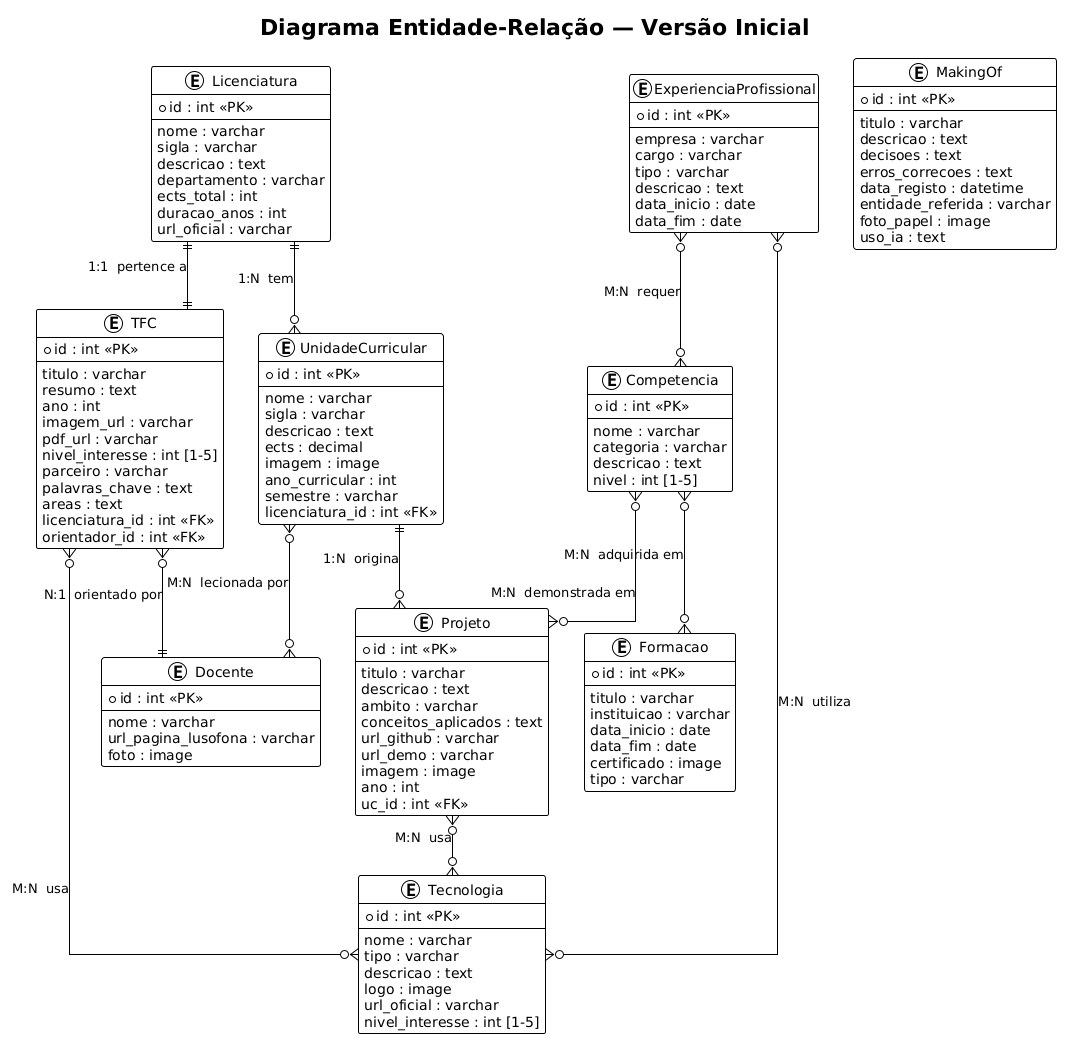
Earlier version of the PlantUML export media/making_of/Diagrama Inicial PlantUML.png (duarteverissimo-lusofona/FICHA6). Source of this version:
```plantuml
@startuml
!theme plain
skinparam roundcorner 5
skinparam shadowing false
skinparam linetype ortho

title Diagrama Entidade-Relação — Versão Inicial

entity "Licenciatura" as L {
  * id : int <<PK>>
  --
  nome : varchar
  sigla : varchar
  descricao : text
  departamento : varchar
  ects_total : int
  duracao_anos : int
  url_oficial : varchar
}

entity "Docente" as D {
  * id : int <<PK>>
  --
  nome : varchar
  url_pagina_lusofona : varchar
  foto : image
}

entity "UnidadeCurricular" as UC {
  * id : int <<PK>>
  --
  nome : varchar
  sigla : varchar
  descricao : text
  ects : decimal
  imagem : image
  ano_curricular : int
  semestre : varchar
  licenciatura_id : int <<FK>>
}

entity "Tecnologia" as T {
  * id : int <<PK>>
  --
  nome : varchar
  tipo : varchar
  descricao : text
  logo : image
  url_oficial : varchar
  nivel_interesse : int [1-5]
}

entity "Projeto" as P {
  * id : int <<PK>>
  --
  titulo : varchar
  descricao : text
  ambito : varchar
  conceitos_aplicados : text
  url_github : varchar
  url_demo : varchar
  imagem : image
  ano : int
  uc_id : int <<FK>>
}

entity "TFC" as TFC {
  * id : int <<PK>>
  --
  titulo : varchar
  resumo : text
  ano : int
  imagem_url : varchar
  pdf_url : varchar
  nivel_interesse : int [1-5]
  parceiro : varchar
  palavras_chave : text
  areas : text
  licenciatura_id : int <<FK>>
  orientador_id : int <<FK>>
}

entity "Competencia" as C {
  * id : int <<PK>>
  --
  nome : varchar
  categoria : varchar
  descricao : text
  nivel : int [1-5]
}

entity "Formacao" as F {
  * id : int <<PK>>
  --
  titulo : varchar
  instituicao : varchar
  data_inicio : date
  data_fim : date
  certificado : image
  tipo : varchar
}

entity "ExperienciaProfissional" as EP {
  * id : int <<PK>>
  --
  empresa : varchar
  cargo : varchar
  tipo : varchar
  descricao : text
  data_inicio : date
  data_fim : date
}

entity "MakingOf" as MO {
  * id : int <<PK>>
  --
  titulo : varchar
  descricao : text
  decisoes : text
  erros_correcoes : text
  data_registo : datetime
  entidade_referida : varchar
  foto_papel : image
  uso_ia : text
}


L ||--o{ UC : "1:N  tem"

UC }o--o{ D : "M:N  lecionada por"

UC ||--o{ P : "1:N  origina"

P }o--o{ T : "M:N  usa"

L ||--|| TFC : "1:1  pertence a"

TFC }o--|| D : "N:1  orientado por"

TFC }o--o{ T : "M:N  usa"

C }o--o{ P : "M:N  demonstrada em"

C }o--o{ F : "M:N  adquirida em"

EP }o--o{ T : "M:N  utiliza"

EP }o--o{ C : "M:N  requer"
@enduml
```
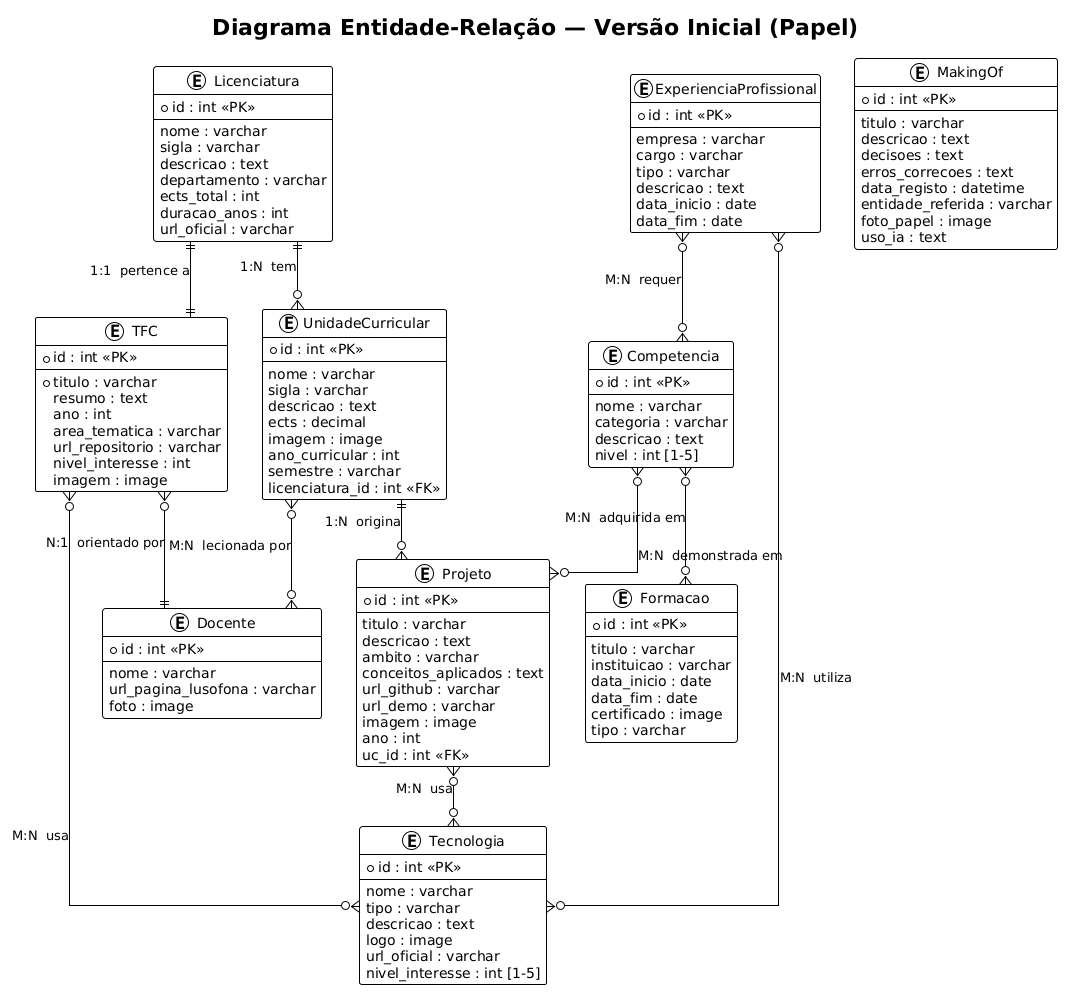
The same diagram one commit later.

Commit message:
atualizar diagramas ER e configurar o gitignore para incluir os recursos de documentação do making of

Change to the diagram source:
```diff
@@ -4,7 +4,7 @@
 skinparam shadowing false
 skinparam linetype ortho
 
-title Diagrama Entidade-Relação — Versão Inicial
+title Diagrama Entidade-Relação — Versão Inicial (Papel)
 
 entity "Licenciatura" as L {
   * id : int <<PK>>
@@ -67,17 +67,13 @@
 entity "TFC" as TFC {
   * id : int <<PK>>
   --
-  titulo : varchar
+  * titulo : varchar
   resumo : text
   ano : int
-  imagem_url : varchar
-  pdf_url : varchar
-  nivel_interesse : int [1-5]
-  parceiro : varchar
-  palavras_chave : text
-  areas : text
-  licenciatura_id : int <<FK>>
-  orientador_id : int <<FK>>
+  area_tematica : varchar
+  url_repositorio : varchar
+  nivel_interesse : int
+  imagem : image
 }
 
 entity "Competencia" as C {
```
